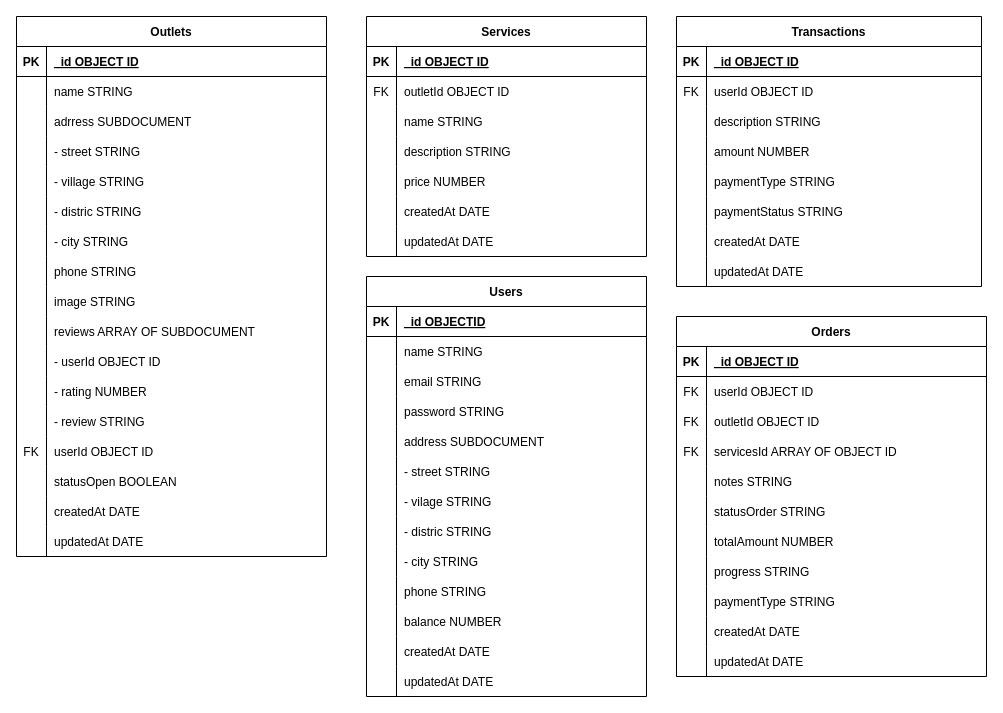
Earlier version of the draw.io diagram schema.drawio (Final-Project-MyLaundry/backend). Source tidied: cells renumbered, new cells numbered last; positions are measured from the earlier drawing's top-left corner, leaving out a move shared by most shapes. Both pictures are drawn from the tidied source at 100%, with x=0, y=0 at pixel (16, 16).
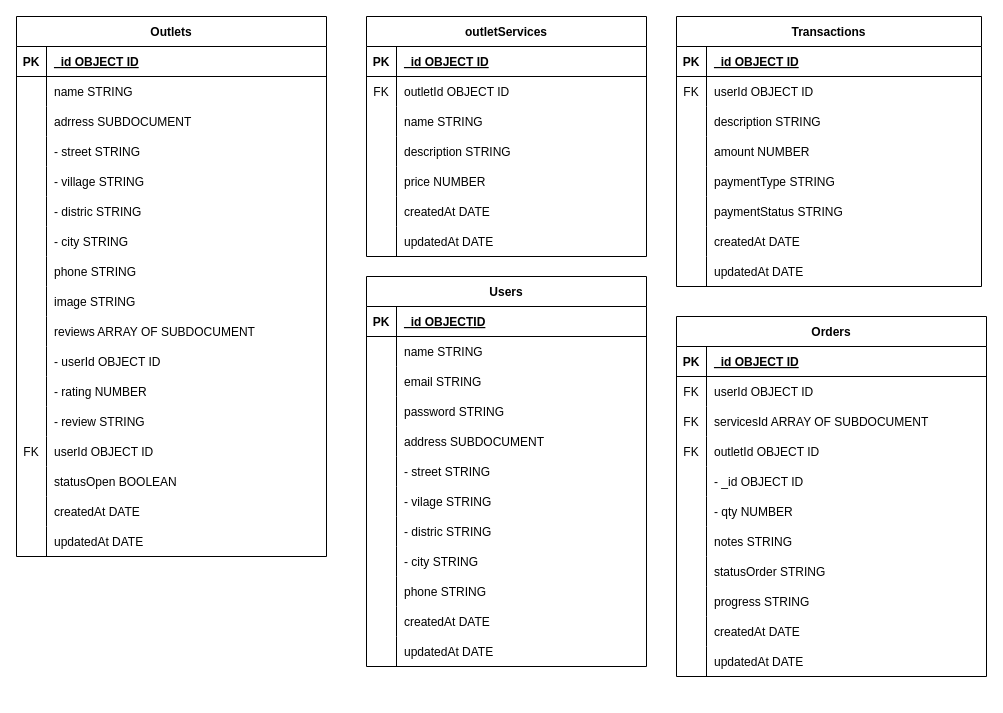
The same diagram, later.

The change refers to these unchanged cells:
```xml
<mxCell id="141" value="Orders" style="shape=table;startSize=30;childLayout=tableLayout;rowLines=0;fontStyle=1;align=center;" parent="1" vertex="1">
  <mxGeometry x="660" y="300" width="310" height="360" as="geometry" />
</mxCell>
```

Change to the diagram source:
```diff
@@
     <mxCell id="2" value="Users" style="shape=table;startSize=30;childLayout=tableLayout;rowLines=0;fontStyle=1;align=center;" parent="1" vertex="1">
-      <mxGeometry x="350" y="260" width="280" height="420" as="geometry" />
+      <mxGeometry x="350" y="260" width="280" height="390" as="geometry" />
     </mxCell>
@@
-    <mxCell id="33" style="shape=tableRow;horizontal=0;startSize=0;swimlaneHead=0;swimlaneBody=0;fillColor=none;top=0;left=0;right=0;bottom=0;" parent="2" vertex="1">
-      <mxGeometry y="330" width="280" height="30" as="geometry" />
-    </mxCell>
-    <mxCell id="34" style="shape=partialRectangle;fillColor=none;top=0;left=0;bottom=0;right=0;overflow=hidden;" parent="33" vertex="1">
-      <mxGeometry width="30" height="30" as="geometry" />
-    </mxCell>
-    <mxCell id="35" value="balance NUMBER" style="shape=partialRectangle;fillColor=none;top=0;left=0;bottom=0;right=0;align=left;spacingLeft=6;overflow=hidden;" parent="33" vertex="1">
-      <mxGeometry x="30" width="250" height="30" as="geometry" />
-    </mxCell>
     <mxCell id="36" style="shape=tableRow;horizontal=0;startSize=0;swimlaneHead=0;swimlaneBody=0;fillColor=none;top=0;left=0;right=0;bottom=0;" parent="2" vertex="1">
-      <mxGeometry y="360" width="280" height="30" as="geometry" />
+      <mxGeometry y="330" width="280" height="30" as="geometry" />
     </mxCell>
@@
     <mxCell id="39" style="shape=tableRow;horizontal=0;startSize=0;swimlaneHead=0;swimlaneBody=0;fillColor=none;top=0;left=0;right=0;bottom=0;" parent="2" vertex="1">
-      <mxGeometry y="390" width="280" height="30" as="geometry" />
+      <mxGeometry y="360" width="280" height="30" as="geometry" />
     </mxCell>
@@
-    <mxCell id="94" value="Services" style="shape=table;startSize=30;childLayout=tableLayout;rowLines=0;fontStyle=1;align=center;" parent="1" vertex="1">
+    <mxCell id="94" value="outletServices" style="shape=table;startSize=30;childLayout=tableLayout;rowLines=0;fontStyle=1;align=center;" parent="1" vertex="1">
       <mxGeometry x="350" width="280" height="240" as="geometry" />
     </mxCell>
@@
-    <mxCell id="148" style="shape=tableRow;horizontal=0;startSize=0;swimlaneHead=0;swimlaneBody=0;fillColor=none;top=0;left=0;right=0;bottom=0;" parent="141" vertex="1">
-      <mxGeometry y="90" width="310" height="30" as="geometry" />
-    </mxCell>
-    <mxCell id="149" value="FK" style="shape=partialRectangle;fillColor=none;top=0;left=0;bottom=0;right=0;overflow=hidden;" parent="148" vertex="1">
-      <mxGeometry width="30" height="30" as="geometry" />
-    </mxCell>
-    <mxCell id="150" value="outletId OBJECT ID" style="shape=partialRectangle;fillColor=none;top=0;left=0;bottom=0;right=0;align=left;spacingLeft=6;overflow=hidden;" parent="148" vertex="1">
-      <mxGeometry x="30" width="280" height="30" as="geometry" />
-    </mxCell>
     <mxCell id="151" style="shape=tableRow;horizontal=0;startSize=0;swimlaneHead=0;swimlaneBody=0;fillColor=none;top=0;left=0;right=0;bottom=0;" parent="141" vertex="1">
-      <mxGeometry y="120" width="310" height="30" as="geometry" />
+      <mxGeometry y="90" width="310" height="30" as="geometry" />
     </mxCell>
@@
-    <mxCell id="153" value="servicesId ARRAY OF OBJECT ID" style="shape=partialRectangle;fillColor=none;top=0;left=0;bottom=0;right=0;align=left;spacingLeft=6;overflow=hidden;" parent="151" vertex="1">
+    <mxCell id="153" value="servicesId ARRAY OF SUBDOCUMENT" style="shape=partialRectangle;fillColor=none;top=0;left=0;bottom=0;right=0;align=left;spacingLeft=6;overflow=hidden;" parent="151" vertex="1">
       <mxGeometry x="30" width="280" height="30" as="geometry" />
     </mxCell>
+    <mxCell id="175" style="shape=tableRow;horizontal=0;startSize=0;swimlaneHead=0;swimlaneBody=0;fillColor=none;top=0;left=0;right=0;bottom=0;" parent="141" vertex="1">
+      <mxGeometry y="120" width="310" height="30" as="geometry" />
+    </mxCell>
+    <mxCell id="149" value="FK" style="shape=partialRectangle;fillColor=none;top=0;left=0;bottom=0;right=0;overflow=hidden;" parent="175" vertex="1">
+      <mxGeometry width="30" height="30" as="geometry" />
+    </mxCell>
+    <mxCell id="150" value="outletId OBJECT ID" style="shape=partialRectangle;fillColor=none;top=0;left=0;bottom=0;right=0;align=left;spacingLeft=6;overflow=hidden;" parent="175" vertex="1">
+      <mxGeometry x="30" width="280" height="30" as="geometry" />
+    </mxCell>
+    <mxCell id="176" style="shape=tableRow;horizontal=0;startSize=0;swimlaneHead=0;swimlaneBody=0;fillColor=none;top=0;left=0;right=0;bottom=0;" parent="141" vertex="1">
+      <mxGeometry y="150" width="310" height="30" as="geometry" />
+    </mxCell>
+    <mxCell id="177" style="shape=partialRectangle;fillColor=none;top=0;left=0;bottom=0;right=0;overflow=hidden;" parent="176" vertex="1">
+      <mxGeometry width="30" height="30" as="geometry" />
+    </mxCell>
+    <mxCell id="178" value="- _id OBJECT ID" style="shape=partialRectangle;fillColor=none;top=0;left=0;bottom=0;right=0;align=left;spacingLeft=6;overflow=hidden;" parent="176" vertex="1">
+      <mxGeometry x="30" width="280" height="30" as="geometry" />
+    </mxCell>
+    <mxCell id="179" style="shape=tableRow;horizontal=0;startSize=0;swimlaneHead=0;swimlaneBody=0;fillColor=none;top=0;left=0;right=0;bottom=0;" parent="141" vertex="1">
+      <mxGeometry y="180" width="310" height="30" as="geometry" />
+    </mxCell>
+    <mxCell id="180" style="shape=partialRectangle;fillColor=none;top=0;left=0;bottom=0;right=0;overflow=hidden;" parent="179" vertex="1">
+      <mxGeometry width="30" height="30" as="geometry" />
+    </mxCell>
+    <mxCell id="181" value="- qty NUMBER" style="shape=partialRectangle;fillColor=none;top=0;left=0;bottom=0;right=0;align=left;spacingLeft=6;overflow=hidden;" parent="179" vertex="1">
+      <mxGeometry x="30" width="280" height="30" as="geometry" />
+    </mxCell>
     <mxCell id="154" style="shape=tableRow;horizontal=0;startSize=0;swimlaneHead=0;swimlaneBody=0;fillColor=none;top=0;left=0;right=0;bottom=0;" parent="141" vertex="1">
-      <mxGeometry y="150" width="310" height="30" as="geometry" />
+      <mxGeometry y="210" width="310" height="30" as="geometry" />
     </mxCell>
@@
     <mxCell id="157" style="shape=tableRow;horizontal=0;startSize=0;swimlaneHead=0;swimlaneBody=0;fillColor=none;top=0;left=0;right=0;bottom=0;" parent="141" vertex="1">
-      <mxGeometry y="180" width="310" height="30" as="geometry" />
+      <mxGeometry y="240" width="310" height="30" as="geometry" />
     </mxCell>
@@
-    <mxCell id="160" style="shape=tableRow;horizontal=0;startSize=0;swimlaneHead=0;swimlaneBody=0;fillColor=none;top=0;left=0;right=0;bottom=0;" parent="141" vertex="1">
-      <mxGeometry y="210" width="310" height="30" as="geometry" />
-    </mxCell>
-    <mxCell id="161" style="shape=partialRectangle;fillColor=none;top=0;left=0;bottom=0;right=0;overflow=hidden;" parent="160" vertex="1">
-      <mxGeometry width="30" height="30" as="geometry" />
-    </mxCell>
-    <mxCell id="162" value="totalAmount NUMBER" style="shape=partialRectangle;fillColor=none;top=0;left=0;bottom=0;right=0;align=left;spacingLeft=6;overflow=hidden;" parent="160" vertex="1">
-      <mxGeometry x="30" width="280" height="30" as="geometry" />
-    </mxCell>
     <mxCell id="163" style="shape=tableRow;horizontal=0;startSize=0;swimlaneHead=0;swimlaneBody=0;fillColor=none;top=0;left=0;right=0;bottom=0;" parent="141" vertex="1">
-      <mxGeometry y="240" width="310" height="30" as="geometry" />
+      <mxGeometry y="270" width="310" height="30" as="geometry" />
     </mxCell>
@@
-    <mxCell id="166" style="shape=tableRow;horizontal=0;startSize=0;swimlaneHead=0;swimlaneBody=0;fillColor=none;top=0;left=0;right=0;bottom=0;" parent="141" vertex="1">
-      <mxGeometry y="270" width="310" height="30" as="geometry" />
-    </mxCell>
-    <mxCell id="167" style="shape=partialRectangle;fillColor=none;top=0;left=0;bottom=0;right=0;overflow=hidden;" parent="166" vertex="1">
-      <mxGeometry width="30" height="30" as="geometry" />
-    </mxCell>
-    <mxCell id="168" value="paymentType STRING" style="shape=partialRectangle;fillColor=none;top=0;left=0;bottom=0;right=0;align=left;spacingLeft=6;overflow=hidden;" parent="166" vertex="1">
-      <mxGeometry x="30" width="280" height="30" as="geometry" />
-    </mxCell>
```
